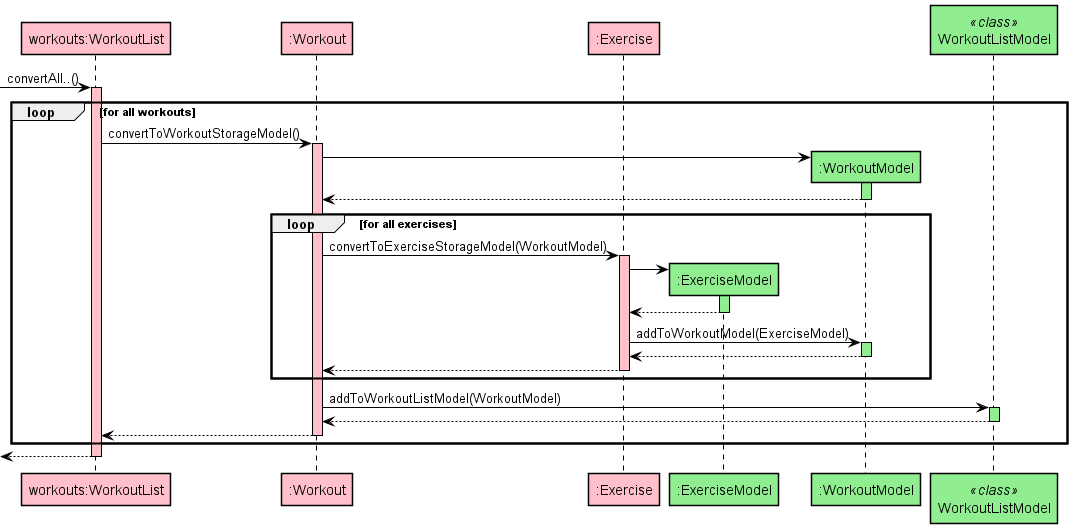
Before: docs/umldg/DataSequenceDiagram.png, a diagram exported from PlantUML (nus-cs2113-AY2122S1/tp). Source of this version:
```plantuml
@startuml
skinparam shadowing false
skinparam sequence {
    BorderColor Black
    LifeLineBorderColor Black
    ParticipantBorderColor Black
    ArrowColor Black
}

participant "workouts:WorkoutList" as WorkoutList #Pink
participant ":Workout" as Workout #Pink
participant ":Exercise" as Exercise #Pink
participant ":ExerciseModel" as ExerciseModel #LightGreen
participant ":WorkoutModel" as WorkoutModel #LightGreen
participant WorkoutListModel<<class>> #LightGreen


-> WorkoutList ++ #Pink : convertAll..()
loop for all workouts
    WorkoutList -> Workout ++ #Pink : convertToWorkoutStorageModel()
    Workout -> WorkoutModel **
    activate WorkoutModel #LightGreen
    return
    loop for all exercises
        Workout -> Exercise ++ #Pink : convertToExerciseStorageModel(WorkoutModel)
        Exercise -> ExerciseModel **
        activate ExerciseModel #LightGreen
        return
        Exercise -> WorkoutModel ++ #LightGreen : addToWorkoutModel(ExerciseModel)
        return
        return
    end
    Workout -> WorkoutListModel ++ #LightGreen : addToWorkoutListModel(WorkoutModel)
    return
    return
end
return

@enduml
```
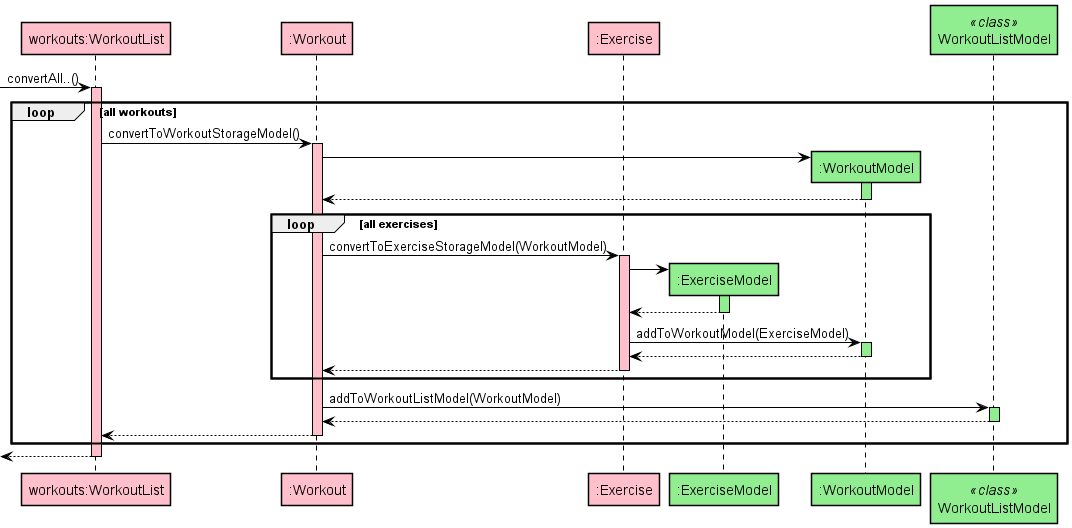
The same file after the commit.

What changed in the source:
```diff
@@ -16,12 +16,12 @@
 
 
 -> WorkoutList ++ #Pink : convertAll..()
-loop for all workouts
+loop all workouts
     WorkoutList -> Workout ++ #Pink : convertToWorkoutStorageModel()
     Workout -> WorkoutModel **
     activate WorkoutModel #LightGreen
     return
-    loop for all exercises
+    loop all exercises
         Workout -> Exercise ++ #Pink : convertToExerciseStorageModel(WorkoutModel)
         Exercise -> ExerciseModel **
         activate ExerciseModel #LightGreen
```
